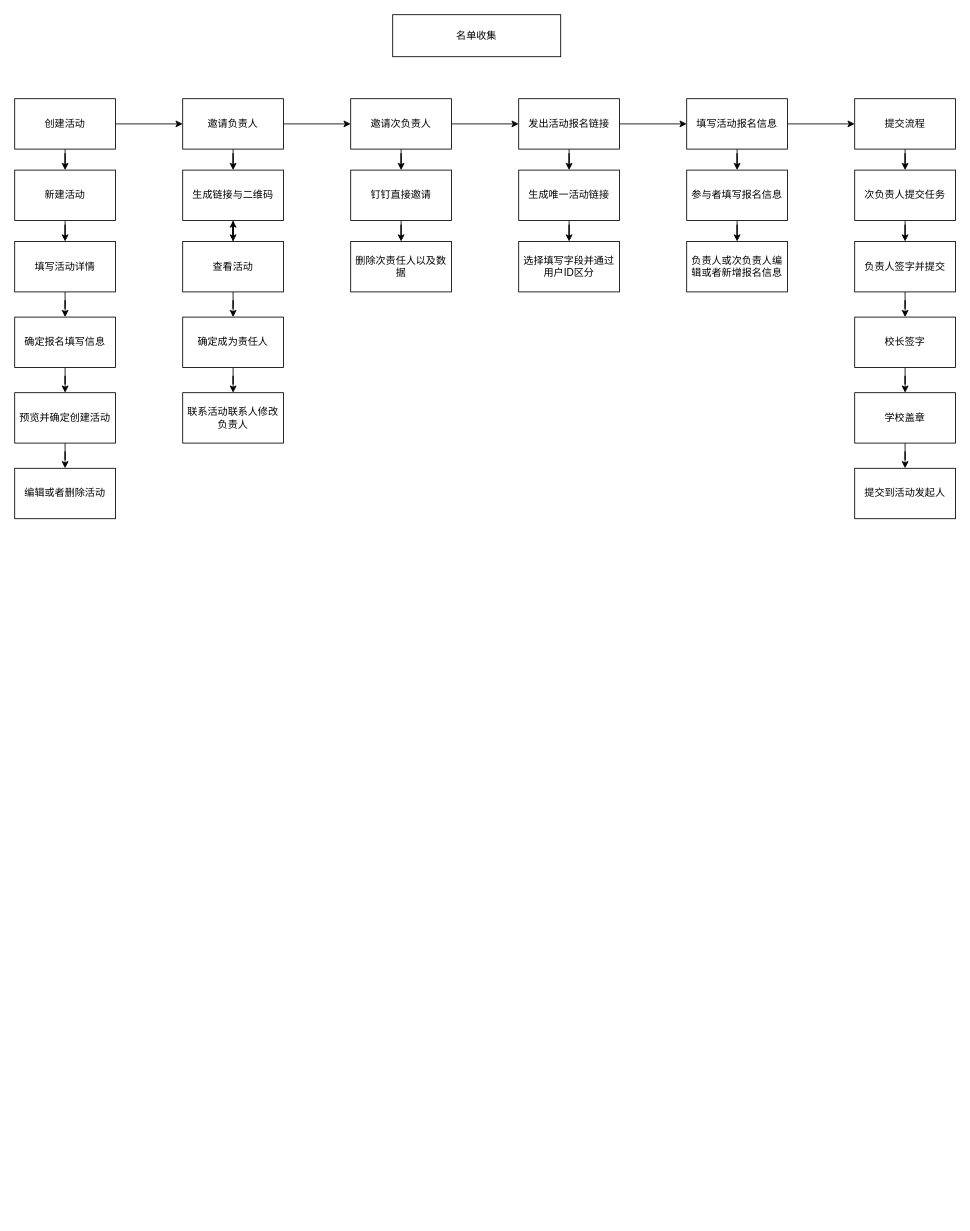
This is dad流程图.drawio from kingzjp/kingzhang, a draw.io file, before an edit. Source tidied: cells renumbered, new cells numbered last; positions are measured from the earlier drawing's top-left corner, leaving out a move shared by most shapes. Both pictures are drawn from the tidied source at 84%, with x=0, y=0 at pixel (14, 14).
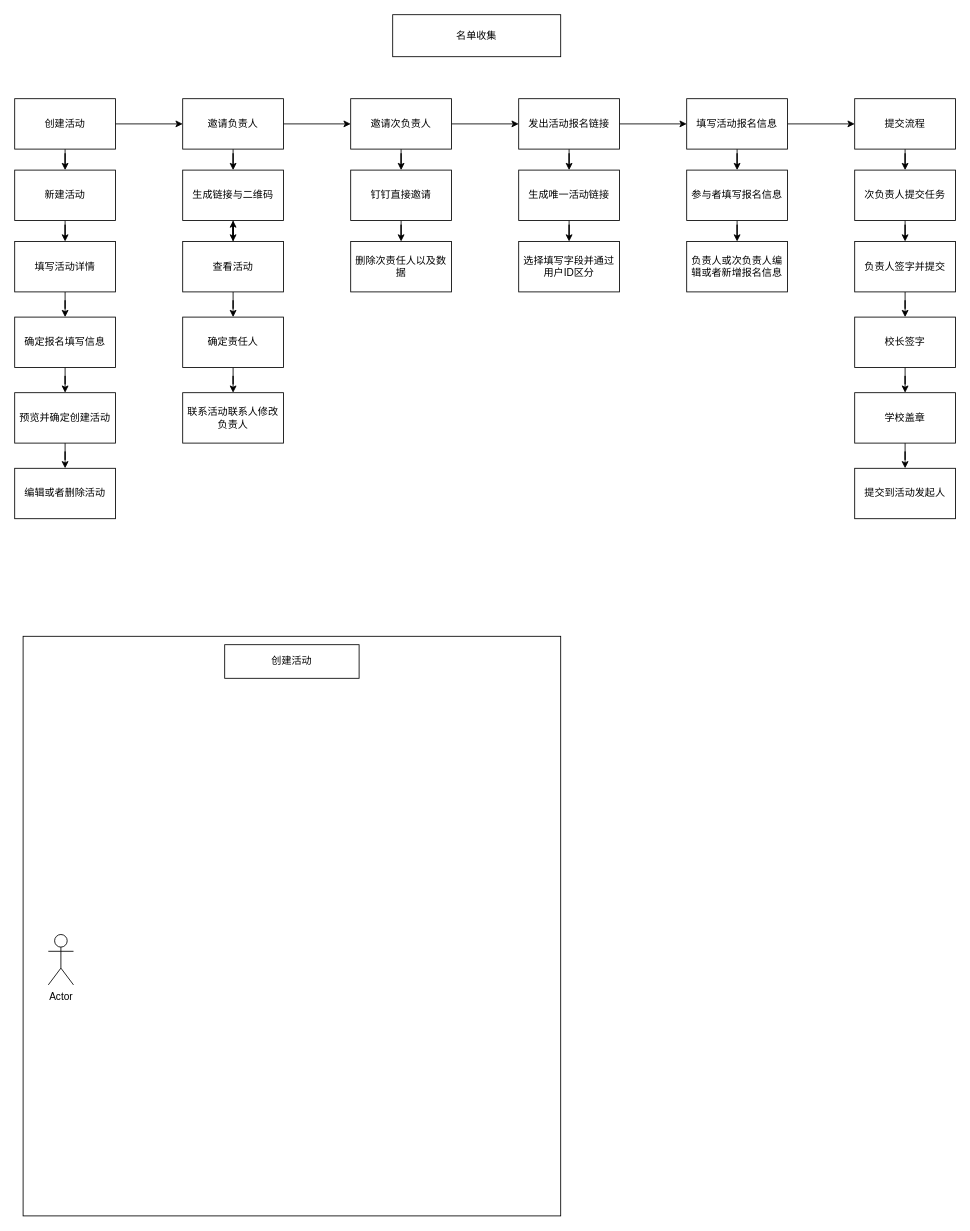
After the change.

The edit, as a diff of the source:
```diff
@@
+    <mxCell id="55" style="rounded=0;whiteSpace=wrap;html=1;" parent="1" vertex="1">
+      <mxGeometry x="10" y="740" width="640" height="690" as="geometry" />
+    </mxCell>
@@
-    <mxCell id="35" value="确定成为责任人" style="whiteSpace=wrap;html=1;rounded=0;" parent="1" vertex="1">
+    <mxCell id="35" value="确定责任人" style="whiteSpace=wrap;html=1;rounded=0;" parent="1" vertex="1">
       <mxGeometry x="200" y="360" width="120" height="60" as="geometry" />
     </mxCell>
@@
+    <mxCell id="56" value="Actor" style="shape=umlActor;verticalLabelPosition=bottom;verticalAlign=top;html=1;" parent="1" vertex="1">
+      <mxGeometry x="40" y="1095" width="30" height="60" as="geometry" />
+    </mxCell>
+    <mxCell id="57" value="创建活动" style="rounded=0;whiteSpace=wrap;html=1;" parent="1" vertex="1">
+      <mxGeometry x="250" y="750" width="160" height="40" as="geometry" />
+    </mxCell>
```
